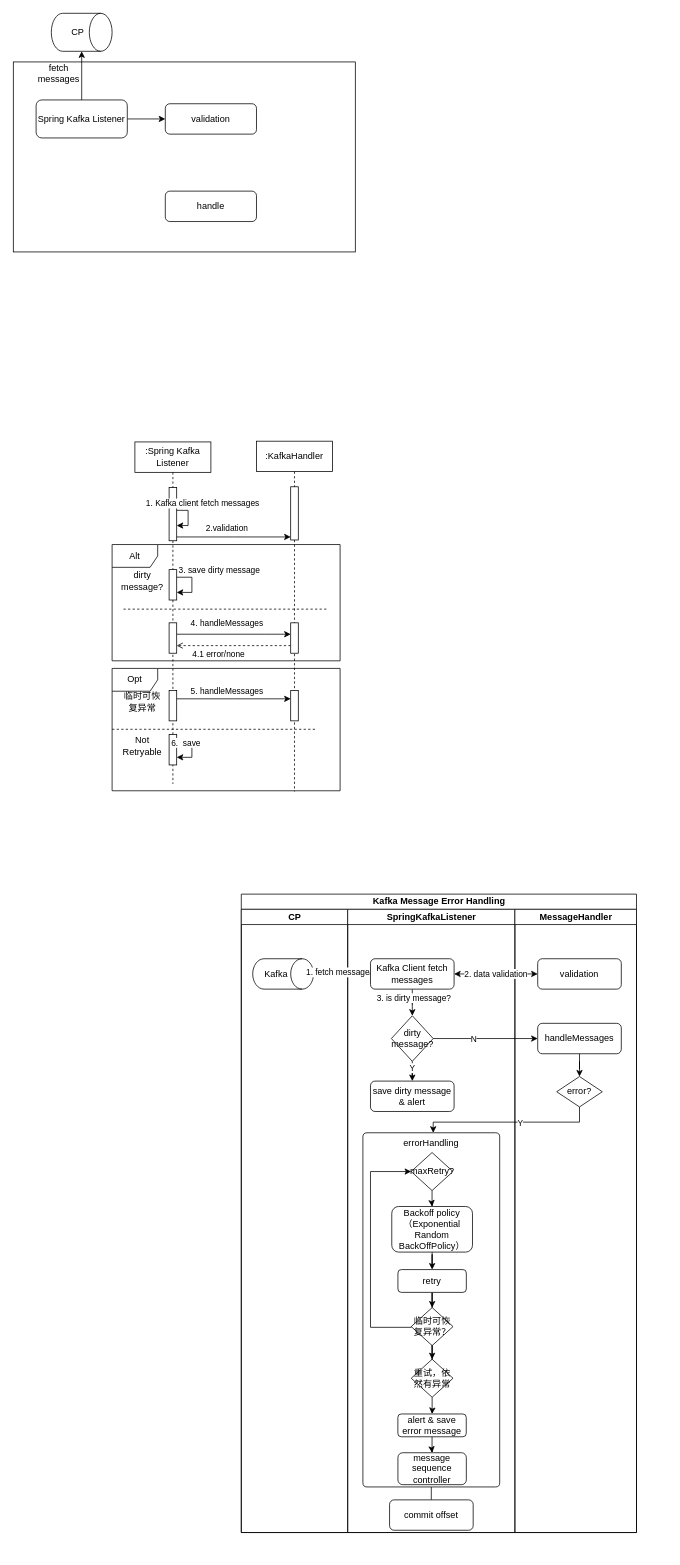
Earlier version of the draw.io diagram techlab/kafka message error handling.drawio (qiufang1314/drawio). Source tidied: cells renumbered, new cells numbered last; positions are measured from the earlier drawing's top-left corner, leaving out a move shared by most shapes. Both pictures are drawn from the tidied source at 76%, with x=0, y=0 at pixel (13, 2).
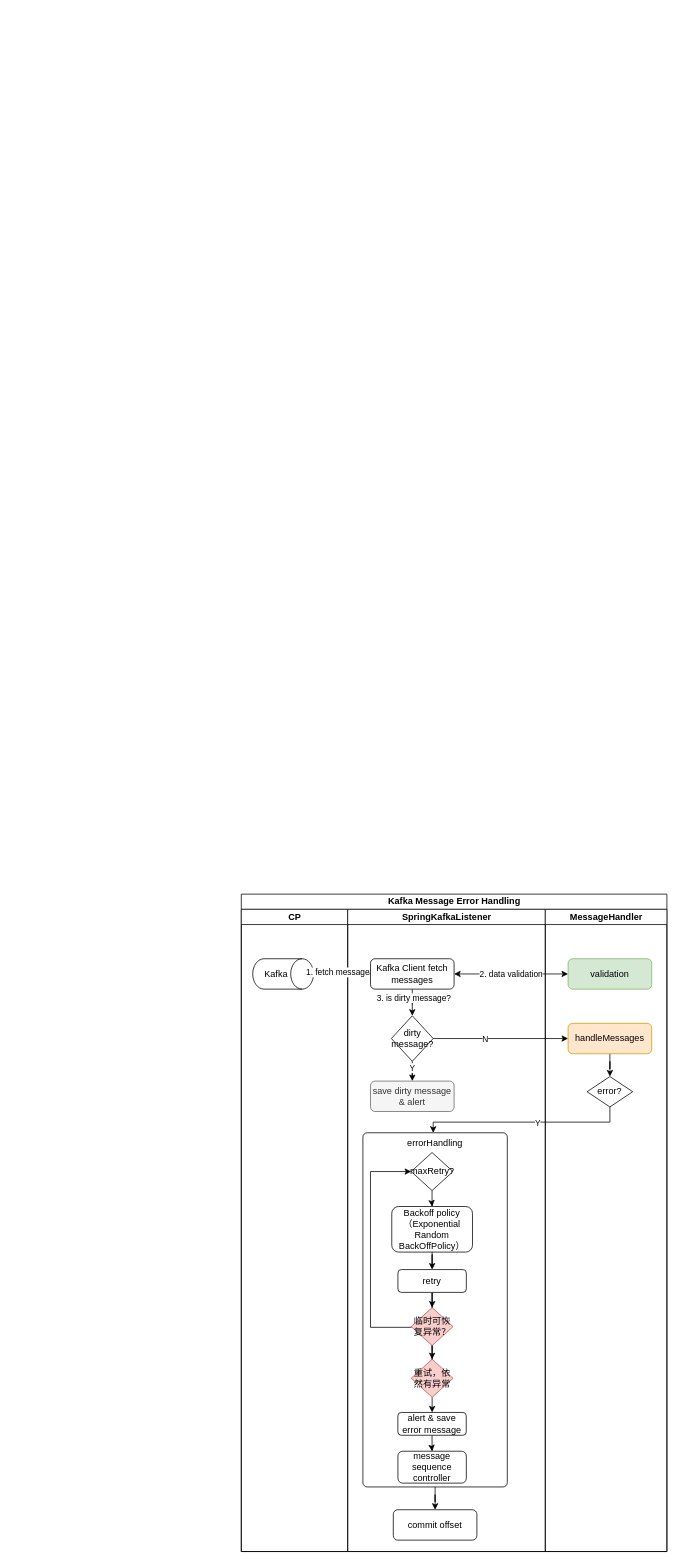
The same page after the edit.

Unchanged cells that the change refers to:
```xml
<mxCell id="77" value="error?" style="rhombus;whiteSpace=wrap;html=1;" parent="73" vertex="1">
  <mxGeometry x="55" y="220" width="60" height="40" as="geometry" />
</mxCell>
```

Diff of the diagram source:
```diff
@@
-    <mxCell id="2" style="rounded=0;whiteSpace=wrap;html=1;" parent="1" vertex="1">
-      <mxGeometry y="79" width="450" height="250" as="geometry" />
-    </mxCell>
-    <mxCell id="3" style="edgeStyle=orthogonalEdgeStyle;rounded=0;jettySize=auto;html=1;entryX=0.5;entryY=0;entryDx=0;entryDy=0;endArrow=none;startFill=1;startArrow=classic;" parent="1" edge="1" source="4" target="7">
-      <mxGeometry relative="1" as="geometry" />
-    </mxCell>
-    <mxCell id="4" style="shape=cylinder3;whiteSpace=wrap;html=1;boundedLbl=1;backgroundOutline=1;size=15;rotation=90;" parent="1" vertex="1">
-      <mxGeometry x="65" width="50" height="80" as="geometry" />
-    </mxCell>
-    <mxCell id="5" value="CP" style="text;html=1;align=center;verticalAlign=middle;whiteSpace=wrap;rounded=0;" parent="1" vertex="1">
-      <mxGeometry x="55" y="25" width="60" height="30" as="geometry" />
-    </mxCell>
-    <mxCell id="6" style="edgeStyle=orthogonalEdgeStyle;rounded=0;jettySize=auto;html=1;" parent="1" edge="1" source="7" target="9">
-      <mxGeometry relative="1" as="geometry" />
-    </mxCell>
-    <mxCell id="7" value="Spring Kafka Listener" style="rounded=1;whiteSpace=wrap;html=1;" parent="1" vertex="1">
-      <mxGeometry x="30" y="129" width="120" height="50" as="geometry" />
-    </mxCell>
-    <mxCell id="8" value="fetch messages" style="text;html=1;align=center;verticalAlign=middle;whiteSpace=wrap;rounded=0;" parent="1" vertex="1">
-      <mxGeometry x="30" y="79" width="60" height="30" as="geometry" />
-    </mxCell>
-    <mxCell id="9" value="validation" style="rounded=1;whiteSpace=wrap;html=1;" parent="1" vertex="1">
-      <mxGeometry x="200" y="134" width="120" height="40" as="geometry" />
-    </mxCell>
-    <mxCell id="10" value="handle" style="rounded=1;whiteSpace=wrap;html=1;" parent="1" vertex="1">
-      <mxGeometry x="200" y="249" width="120" height="40" as="geometry" />
-    </mxCell>
-    <mxCell id="11" value=":Spring Kafka Listener" style="shape=umlLifeline;perimeter=lifelinePerimeter;whiteSpace=wrap;html=1;newEdgeStyle={&quot;curved&quot;:0,&quot;rounded&quot;:0};" parent="1" vertex="1">
-      <mxGeometry x="160" y="579" width="100" height="450" as="geometry" />
-    </mxCell>
-    <mxCell id="12" style="html=1;perimeter=orthogonalPerimeter;targetShapes=umlLifeline;newEdgeStyle={&quot;curved&quot;:0,&quot;rounded&quot;:0};" parent="11" vertex="1">
-      <mxGeometry x="45" y="60" width="10" height="70" as="geometry" />
-    </mxCell>
-    <mxCell id="13" style="edgeStyle=orthogonalEdgeStyle;rounded=0;orthogonalLoop=1;jettySize=auto;html=1;curved=0;" parent="11" edge="1">
-      <mxGeometry relative="1" as="geometry">
-        <mxPoint x="55" y="90" as="sourcePoint" />
-        <mxPoint x="55" y="110" as="targetPoint" />
-        <Array as="points">
-          <mxPoint x="70" y="90" />
-        </Array>
-      </mxGeometry>
-    </mxCell>
-    <mxCell id="14" value="1. Kafka client fetch messages" style="edgeLabel;html=1;align=center;verticalAlign=middle;" parent="13" vertex="1">
-      <mxGeometry x="-0.5" y="1" relative="1" as="geometry">
-        <mxPoint x="20" y="-9" as="offset" />
-      </mxGeometry>
-    </mxCell>
-    <mxCell id="15" style="html=1;points=[[0,0,0,0,5],[0,1,0,0,-5],[1,0,0,0,5],[1,1,0,0,-5]];perimeter=orthogonalPerimeter;outlineConnect=0;targetShapes=umlLifeline;portConstraint=eastwest;newEdgeStyle={&quot;curved&quot;:0,&quot;rounded&quot;:0};" parent="11" vertex="1">
-      <mxGeometry x="45" y="327" width="10" height="40" as="geometry" />
-    </mxCell>
-    <mxCell id="16" value=":KafkaHandler" style="shape=umlLifeline;perimeter=lifelinePerimeter;whiteSpace=wrap;html=1;newEdgeStyle={&quot;curved&quot;:0,&quot;rounded&quot;:0};" parent="1" vertex="1">
-      <mxGeometry x="320" y="578" width="100" height="461" as="geometry" />
-    </mxCell>
-    <mxCell id="17" style="html=1;perimeter=orthogonalPerimeter;targetShapes=umlLifeline;newEdgeStyle={&quot;curved&quot;:0,&quot;rounded&quot;:0};" parent="16" vertex="1">
-      <mxGeometry x="45" y="60" width="10" height="70" as="geometry" />
-    </mxCell>
-    <mxCell id="18" style="edgeStyle=orthogonalEdgeStyle;rounded=0;orthogonalLoop=1;jettySize=auto;html=1;curved=0;" parent="1" edge="1">
-      <mxGeometry relative="1" as="geometry">
-        <mxPoint x="215" y="704" as="sourcePoint" />
-        <mxPoint x="365" y="704" as="targetPoint" />
-        <Array as="points">
-          <mxPoint x="290" y="704" />
-          <mxPoint x="290" y="704" />
-        </Array>
-      </mxGeometry>
-    </mxCell>
-    <mxCell id="19" value="2.validation" style="edgeLabel;html=1;align=center;verticalAlign=middle;" parent="18" vertex="1">
-      <mxGeometry x="-0.16" y="2" relative="1" as="geometry">
-        <mxPoint x="2" y="-10" as="offset" />
-      </mxGeometry>
-    </mxCell>
-    <mxCell id="20" value="Alt" style="shape=umlFrame;whiteSpace=wrap;html=1;" parent="1" vertex="1">
-      <mxGeometry x="130" y="714" width="300" height="153" as="geometry" />
-    </mxCell>
-    <mxCell id="21" value="dirty message?" style="text;html=1;align=center;verticalAlign=middle;whiteSpace=wrap;rounded=0;" parent="1" vertex="1">
-      <mxGeometry x="140" y="747" width="60" height="30" as="geometry" />
-    </mxCell>
-    <mxCell id="22" style="html=1;points=[[0,0,0,0,5],[0,1,0,0,-5],[1,0,0,0,5],[1,1,0,0,-5]];perimeter=orthogonalPerimeter;outlineConnect=0;targetShapes=umlLifeline;portConstraint=eastwest;newEdgeStyle={&quot;curved&quot;:0,&quot;rounded&quot;:0};" parent="1" vertex="1">
-      <mxGeometry x="205" y="747" width="10" height="40" as="geometry" />
-    </mxCell>
-    <mxCell id="23" style="edgeStyle=orthogonalEdgeStyle;rounded=0;orthogonalLoop=1;jettySize=auto;html=1;curved=0;elbow=vertical;" parent="1" edge="1" source="22" target="22">
-      <mxGeometry relative="1" as="geometry" />
-    </mxCell>
-    <mxCell id="24" value="3. save dirty message" style="edgeLabel;html=1;align=center;verticalAlign=middle;" parent="23" vertex="1">
-      <mxGeometry x="-0.63" y="1" relative="1" as="geometry">
-        <mxPoint x="44" y="-9" as="offset" />
-      </mxGeometry>
-    </mxCell>
-    <mxCell id="25" style="endArrow=none;dashed=1;html=1;rounded=0;" parent="1" edge="1">
-      <mxGeometry relative="1" as="geometry">
-        <mxPoint x="145" y="799" as="sourcePoint" />
-        <mxPoint x="415" y="799" as="targetPoint" />
-      </mxGeometry>
-    </mxCell>
-    <mxCell id="26" style="edgeStyle=orthogonalEdgeStyle;rounded=0;jettySize=auto;html=1;curved=0;" parent="1" edge="1" source="28" target="31">
-      <mxGeometry relative="1" as="geometry">
-        <Array as="points">
-          <mxPoint x="330" y="832" />
-          <mxPoint x="330" y="832" />
-        </Array>
-      </mxGeometry>
-    </mxCell>
-    <mxCell id="27" value="4. handleMessages" style="edgeLabel;html=1;align=center;verticalAlign=middle;" parent="26" vertex="1">
-      <mxGeometry x="-0.56" y="-1" relative="1" as="geometry">
-        <mxPoint x="32" y="-16" as="offset" />
-      </mxGeometry>
-    </mxCell>
-    <mxCell id="28" style="html=1;points=[[0,0,0,0,5],[0,1,0,0,-5],[1,0,0,0,5],[1,1,0,0,-5]];perimeter=orthogonalPerimeter;outlineConnect=0;targetShapes=umlLifeline;portConstraint=eastwest;newEdgeStyle={&quot;curved&quot;:0,&quot;rounded&quot;:0};" parent="1" vertex="1">
-      <mxGeometry x="205" y="817" width="10" height="40" as="geometry" />
-    </mxCell>
-    <mxCell id="29" style="edgeStyle=orthogonalEdgeStyle;rounded=0;jettySize=auto;html=1;curved=0;dashed=1;endArrow=open;endFill=0;" parent="1" edge="1" source="31" target="28">
-      <mxGeometry relative="1" as="geometry">
-        <Array as="points">
-          <mxPoint x="290" y="847" />
-          <mxPoint x="290" y="847" />
-        </Array>
-      </mxGeometry>
-    </mxCell>
-    <mxCell id="30" value="4.1 error/none" style="edgeLabel;html=1;align=center;verticalAlign=middle;" parent="29" vertex="1">
-      <mxGeometry x="0.49" y="1" relative="1" as="geometry">
-        <mxPoint x="16" y="9" as="offset" />
-      </mxGeometry>
-    </mxCell>
-    <mxCell id="31" style="html=1;points=[[0,0,0,0,5],[0,1,0,0,-5],[1,0,0,0,5],[1,1,0,0,-5]];perimeter=orthogonalPerimeter;outlineConnect=0;targetShapes=umlLifeline;portConstraint=eastwest;newEdgeStyle={&quot;curved&quot;:0,&quot;rounded&quot;:0};" parent="1" vertex="1">
-      <mxGeometry x="365" y="817" width="10" height="40" as="geometry" />
-    </mxCell>
-    <mxCell id="32" value="Opt" style="shape=umlFrame;whiteSpace=wrap;html=1;" parent="1" vertex="1">
-      <mxGeometry x="130" y="877" width="300" height="161" as="geometry" />
-    </mxCell>
-    <mxCell id="33" value="临时可恢复异常" style="text;html=1;align=center;verticalAlign=middle;whiteSpace=wrap;rounded=0;" parent="1" vertex="1">
-      <mxGeometry x="140" y="906" width="60" height="30" as="geometry" />
-    </mxCell>
-    <mxCell id="34" style="html=1;points=[[0,0,0,0,5],[0,1,0,0,-5],[1,0,0,0,5],[1,1,0,0,-5]];perimeter=orthogonalPerimeter;outlineConnect=0;targetShapes=umlLifeline;portConstraint=eastwest;newEdgeStyle={&quot;curved&quot;:0,&quot;rounded&quot;:0};" parent="1" vertex="1">
-      <mxGeometry x="365" y="906" width="10" height="40" as="geometry" />
-    </mxCell>
-    <mxCell id="35" style="edgeStyle=orthogonalEdgeStyle;rounded=0;jettySize=auto;html=1;curved=0;" parent="1" edge="1" source="15" target="34">
-      <mxGeometry relative="1" as="geometry">
-        <Array as="points">
-          <mxPoint x="290" y="917" />
-          <mxPoint x="290" y="917" />
-        </Array>
-      </mxGeometry>
-    </mxCell>
-    <mxCell id="36" value="5. handleMessages" style="edgeLabel;html=1;align=center;verticalAlign=middle;" parent="35" vertex="1">
-      <mxGeometry x="-0.24" relative="1" as="geometry">
-        <mxPoint x="8" y="-11" as="offset" />
-      </mxGeometry>
-    </mxCell>
-    <mxCell id="37" style="endArrow=none;dashed=1;html=1;rounded=0;" parent="1" edge="1">
-      <mxGeometry relative="1" as="geometry">
-        <mxPoint x="130" y="957.1" as="sourcePoint" />
-        <mxPoint x="400" y="957.1" as="targetPoint" />
-      </mxGeometry>
-    </mxCell>
-    <mxCell id="38" value="Not Retryable" style="text;html=1;align=center;verticalAlign=middle;whiteSpace=wrap;rounded=0;" parent="1" vertex="1">
-      <mxGeometry x="140" y="964" width="60" height="30" as="geometry" />
-    </mxCell>
-    <mxCell id="39" style="html=1;points=[[0,0,0,0,5],[0,1,0,0,-5],[1,0,0,0,5],[1,1,0,0,-5]];perimeter=orthogonalPerimeter;outlineConnect=0;targetShapes=umlLifeline;portConstraint=eastwest;newEdgeStyle={&quot;curved&quot;:0,&quot;rounded&quot;:0};" parent="1" vertex="1">
-      <mxGeometry x="205" y="964" width="10" height="40" as="geometry" />
-    </mxCell>
-    <mxCell id="40" style="edgeStyle=orthogonalEdgeStyle;rounded=0;orthogonalLoop=1;jettySize=auto;html=1;curved=0;" parent="1" edge="1" source="39" target="39">
-      <mxGeometry relative="1" as="geometry" />
-    </mxCell>
-    <mxCell id="41" value="6.&amp;nbsp; save" style="edgeLabel;html=1;align=center;verticalAlign=middle;" parent="40" vertex="1">
-      <mxGeometry x="-0.65" relative="1" as="geometry" />
-    </mxCell>
     <mxCell id="42" value="Kafka Message Error Handling" style="swimlane;startSize=20;html=1;" parent="1" vertex="1">
-      <mxGeometry x="300" y="1174" width="520" height="840" as="geometry" />
+      <mxGeometry x="300" y="1174" width="560" height="865" as="geometry" />
     </mxCell>
     <mxCell id="43" value="CP" style="swimlane;startSize=20;html=1;" parent="42" vertex="1">
-      <mxGeometry y="20" width="140" height="820" as="geometry" />
+      <mxGeometry y="20" width="140" height="845" as="geometry" />
     </mxCell>
@@
     <mxCell id="46" value="SpringKafkaListener" style="swimlane;startSize=20;html=1;" parent="42" vertex="1">
-      <mxGeometry x="140" y="20" width="220" height="820" as="geometry" />
+      <mxGeometry x="140" y="20" width="260" height="845" as="geometry" />
     </mxCell>
@@
-    <mxCell id="53" value="save dirty message &amp;amp; alert" style="rounded=1;whiteSpace=wrap;html=1;" parent="46" vertex="1">
+    <mxCell id="53" value="save dirty message &amp;amp; alert" style="rounded=1;whiteSpace=wrap;html=1;fillColor=#f5f5f5;fontColor=#333333;strokeColor=#666666;" parent="46" vertex="1">
       <mxGeometry x="30" y="226" width="110" height="40" as="geometry" />
     </mxCell>
@@
     <mxCell id="55" value="errorHandling" style="rounded=1;whiteSpace=wrap;html=1;arcSize=3;verticalAlign=top;" parent="46" vertex="1">
-      <mxGeometry x="20" y="294" width="180" height="466" as="geometry" />
+      <mxGeometry x="20" y="294" width="190" height="466" as="geometry" />
     </mxCell>
@@
-    <mxCell id="58" value="临时可恢复异常？" style="rhombus;whiteSpace=wrap;html=1;" parent="46" vertex="1">
+    <mxCell id="58" value="临时可恢复异常？" style="rhombus;whiteSpace=wrap;html=1;fillColor=#f8cecc;strokeColor=#b85450;" parent="46" vertex="1">
       <mxGeometry x="83.6" y="524" width="55" height="50" as="geometry" />
     </mxCell>
@@
     <mxCell id="65" style="edgeStyle=orthogonalEdgeStyle;rounded=0;jettySize=auto;html=1;exitX=0.5;exitY=1;exitDx=0;exitDy=0;" parent="46" edge="1" source="77">
       <mxGeometry relative="1" as="geometry">
         <mxPoint x="112.5" y="294" as="targetPoint" />
         <Array as="points">
-          <mxPoint x="305" y="280" />
+          <mxPoint x="345" y="280" />
           <mxPoint x="112" y="280" />
         </Array>
       </mxGeometry>
     </mxCell>
@@
-    <mxCell id="68" value="重试，依然有异常" style="rhombus;whiteSpace=wrap;html=1;" parent="46" vertex="1">
+    <mxCell id="68" value="重试，依然有异常" style="rhombus;whiteSpace=wrap;html=1;fillColor=#f8cecc;strokeColor=#b85450;" parent="46" vertex="1">
       <mxGeometry x="83.6" y="592" width="55" height="50" as="geometry" />
     </mxCell>
@@
     <mxCell id="70" value="alert &amp;amp; save error message" style="rounded=1;whiteSpace=wrap;html=1;" parent="46" vertex="1">
-      <mxGeometry x="66" y="664" width="90" height="30" as="geometry" />
+      <mxGeometry x="66" y="662" width="90" height="30" as="geometry" />
     </mxCell>
     <mxCell id="71" value="commit offset" style="rounded=1;whiteSpace=wrap;html=1;" parent="46" vertex="1">
-      <mxGeometry x="55.1" y="777" width="110" height="40" as="geometry" />
+      <mxGeometry x="60" y="790" width="110" height="40" as="geometry" />
     </mxCell>
     <mxCell id="72" value="message sequence controller" style="rounded=1;whiteSpace=wrap;html=1;" parent="46" vertex="1">
-      <mxGeometry x="66.1" y="715" width="90" height="42" as="geometry" />
+      <mxGeometry x="66.1" y="713" width="90" height="42" as="geometry" />
     </mxCell>
     <mxCell id="73" value="MessageHandler" style="swimlane;startSize=20;html=1;" parent="42" vertex="1">
-      <mxGeometry x="360" y="20" width="160" height="820" as="geometry" />
+      <mxGeometry x="400" y="20" width="160" height="845" as="geometry" />
     </mxCell>
-    <mxCell id="74" value="validation" style="rounded=1;whiteSpace=wrap;html=1;" parent="73" vertex="1">
+    <mxCell id="74" value="validation" style="rounded=1;whiteSpace=wrap;html=1;fillColor=#d5e8d4;strokeColor=#82b366;" parent="73" vertex="1">
       <mxGeometry x="30" y="65" width="110" height="40" as="geometry" />
     </mxCell>
@@
-    <mxCell id="76" value="handleMessages" style="rounded=1;whiteSpace=wrap;html=1;" parent="73" vertex="1">
+    <mxCell id="76" value="handleMessages" style="rounded=1;whiteSpace=wrap;html=1;fillColor=#ffe6cc;strokeColor=#d79b00;" parent="73" vertex="1">
       <mxGeometry x="30" y="150" width="110" height="40" as="geometry" />
     </mxCell>
```
